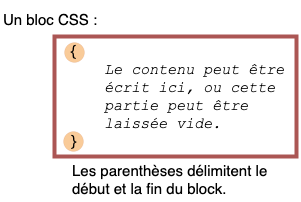
Before: files/fr/web/css/syntax/css_syntax_-_block.png, a diagram exported from draw.io (mdn/translated-content). Source tidied: cells renumbered, new cells last; positions are measured from the earlier drawing's top-left corner, leaving out a move shared by most shapes. Its diagram source:
```xml
<mxGraphModel>
  <root>
    <mxCell id="0" />
    <mxCell id="1" parent="0" />
    <mxCell id="2" style="ellipse;whiteSpace=wrap;html=1;strokeColor=#AB5654;strokeWidth=0;fontFamily=Courier New;fontSize=15;fillColor=#F9CB99;" parent="1" vertex="1">
      <mxGeometry x="63" y="131" width="20" height="20" as="geometry" />
    </mxCell>
    <mxCell id="3" style="ellipse;whiteSpace=wrap;html=1;strokeColor=#AB5654;strokeWidth=0;fontFamily=Courier New;fontSize=15;fillColor=#F9CB99;" parent="1" vertex="1">
      <mxGeometry x="64" y="42" width="20" height="20" as="geometry" />
    </mxCell>
    <mxCell id="4" value="Un bloc CSS :" style="text;html=1;strokeColor=none;fillColor=none;align=center;verticalAlign=middle;whiteSpace=wrap;rounded=0;fontSize=15;" parent="1" vertex="1">
      <mxGeometry width="100" height="40" as="geometry" />
    </mxCell>
    <mxCell id="5" value="&lt;div align=&quot;left&quot;&gt;{&lt;/div&gt;&lt;div align=&quot;left&quot;&gt;&lt;span style=&quot;white-space: pre;&quot;&gt;&#9;&lt;/span&gt;&lt;i&gt;&lt;font face=&quot;Courier New&quot;&gt;Le contenu peut être &lt;span style=&quot;white-space: pre;&quot;&gt;&#9;&lt;/span&gt;écrit ici, ou cette &lt;span style=&quot;white-space: pre;&quot;&gt;&#9;&lt;/span&gt;partie peut être &lt;span style=&quot;white-space: pre;&quot;&gt;&#9;&lt;/span&gt;laissée vide.&lt;/font&gt;&lt;/i&gt;&lt;br&gt;&lt;/div&gt;&lt;div align=&quot;left&quot;&gt;}&lt;/div&gt;" style="text;html=1;strokeColor=none;fillColor=none;align=left;verticalAlign=middle;whiteSpace=wrap;rounded=0;fontSize=15;" parent="1" vertex="1">
      <mxGeometry x="69" y="36" width="230" height="120" as="geometry" />
    </mxCell>
    <mxCell id="6" value="&lt;div align=&quot;left&quot;&gt;Les parenthèses délimitent le début et la fin du block.&lt;/div&gt;" style="text;html=1;strokeColor=none;fillColor=none;align=left;verticalAlign=middle;whiteSpace=wrap;rounded=0;fontSize=15;" parent="1" vertex="1">
      <mxGeometry x="70" y="160" width="220" height="40" as="geometry" />
    </mxCell>
    <mxCell id="7" style="rounded=0;whiteSpace=wrap;html=1;fontFamily=Courier New;fontSize=15;fillColor=none;strokeColor=#AB5654;strokeWidth=4;" parent="1" vertex="1">
      <mxGeometry x="54" y="36" width="242" height="120" as="geometry" />
    </mxCell>
  </root>
</mxGraphModel>
```
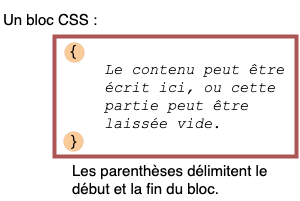
The same file after the commit.

Commit message:
Fix typo (block) in image

Change to the diagram source:
```diff
@@ -14,7 +14,7 @@
     <mxCell id="5" value="&lt;div align=&quot;left&quot;&gt;{&lt;/div&gt;&lt;div align=&quot;left&quot;&gt;&lt;span style=&quot;white-space: pre;&quot;&gt;&#9;&lt;/span&gt;&lt;i&gt;&lt;font face=&quot;Courier New&quot;&gt;Le contenu peut être &lt;span style=&quot;white-space: pre;&quot;&gt;&#9;&lt;/span&gt;écrit ici, ou cette &lt;span style=&quot;white-space: pre;&quot;&gt;&#9;&lt;/span&gt;partie peut être &lt;span style=&quot;white-space: pre;&quot;&gt;&#9;&lt;/span&gt;laissée vide.&lt;/font&gt;&lt;/i&gt;&lt;br&gt;&lt;/div&gt;&lt;div align=&quot;left&quot;&gt;}&lt;/div&gt;" style="text;html=1;strokeColor=none;fillColor=none;align=left;verticalAlign=middle;whiteSpace=wrap;rounded=0;fontSize=15;" parent="1" vertex="1">
       <mxGeometry x="69" y="36" width="230" height="120" as="geometry" />
     </mxCell>
-    <mxCell id="6" value="&lt;div align=&quot;left&quot;&gt;Les parenthèses délimitent le début et la fin du block.&lt;/div&gt;" style="text;html=1;strokeColor=none;fillColor=none;align=left;verticalAlign=middle;whiteSpace=wrap;rounded=0;fontSize=15;" parent="1" vertex="1">
+    <mxCell id="6" value="&lt;div align=&quot;left&quot;&gt;Les parenthèses délimitent le début et la fin du bloc.&lt;/div&gt;" style="text;html=1;strokeColor=none;fillColor=none;align=left;verticalAlign=middle;whiteSpace=wrap;rounded=0;fontSize=15;" parent="1" vertex="1">
       <mxGeometry x="70" y="160" width="220" height="40" as="geometry" />
     </mxCell>
     <mxCell id="7" style="rounded=0;whiteSpace=wrap;html=1;fontFamily=Courier New;fontSize=15;fillColor=none;strokeColor=#AB5654;strokeWidth=4;" parent="1" vertex="1">
```
